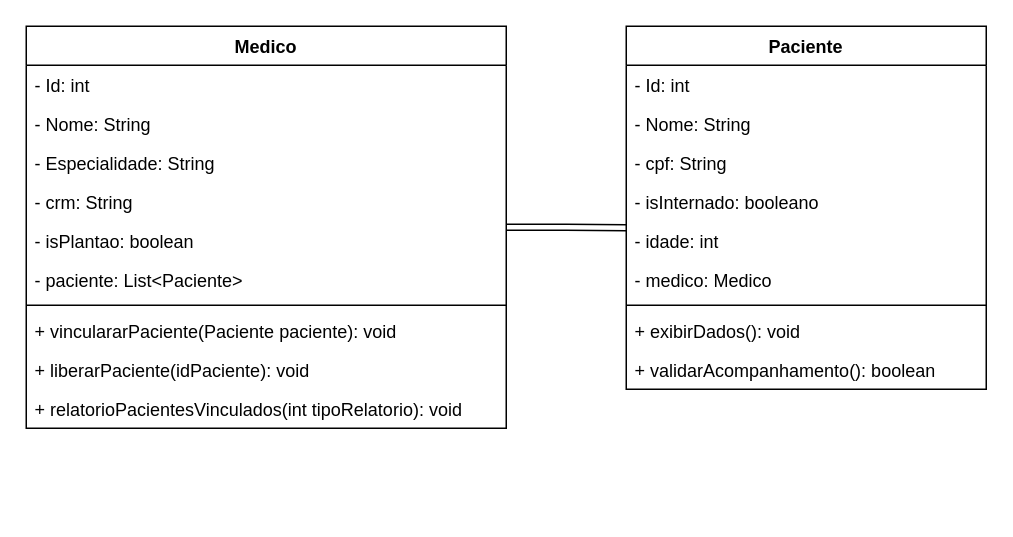
The draw.io diagram ErpHospitalar.drawio in nandorainert/ErpHospitalar, before the edit. Source tidied: cells renumbered, new cells numbered last; positions are measured from the earlier drawing's top-left corner, leaving out a move shared by most shapes. Both pictures are drawn from the tidied source at 150%, with x=0, y=0 at pixel (26, 26).
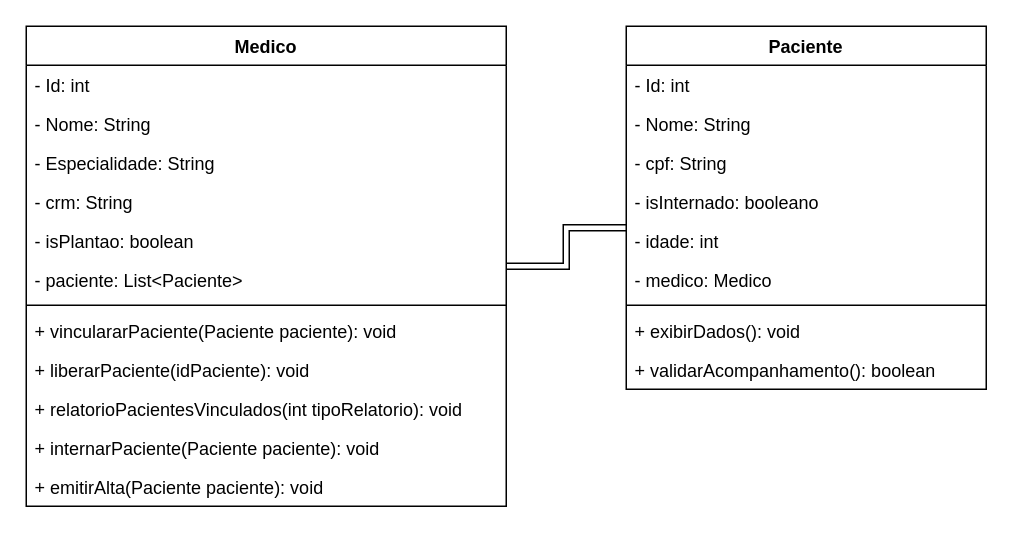
The same page after the edit.

Commit message:
Adicionando métodos classe médico.drawio

What changed in the source:
```diff
@@
     <mxCell id="2" value="Medico" style="swimlane;fontStyle=1;align=center;verticalAlign=top;horizontal=1;startSize=26;whiteSpace=wrap;html=1;" parent="1" vertex="1">
-      <mxGeometry width="320" height="268" as="geometry" />
+      <mxGeometry width="320" height="320" as="geometry" />
     </mxCell>
@@
+    <mxCell id="24" value="+ internarPaciente(Paciente paciente): void" style="text;strokeColor=none;fillColor=none;align=left;verticalAlign=top;spacingLeft=4;spacingRight=4;overflow=hidden;whiteSpace=wrap;html=1;" parent="2" vertex="1">
+      <mxGeometry y="268" width="320" height="26" as="geometry" />
+    </mxCell>
+    <mxCell id="25" value="+ emitirAlta(Paciente paciente): void" style="text;strokeColor=none;fillColor=none;align=left;verticalAlign=top;spacingLeft=4;spacingRight=4;overflow=hidden;whiteSpace=wrap;html=1;" parent="2" vertex="1">
+      <mxGeometry y="294" width="320" height="26" as="geometry" />
+    </mxCell>
```
